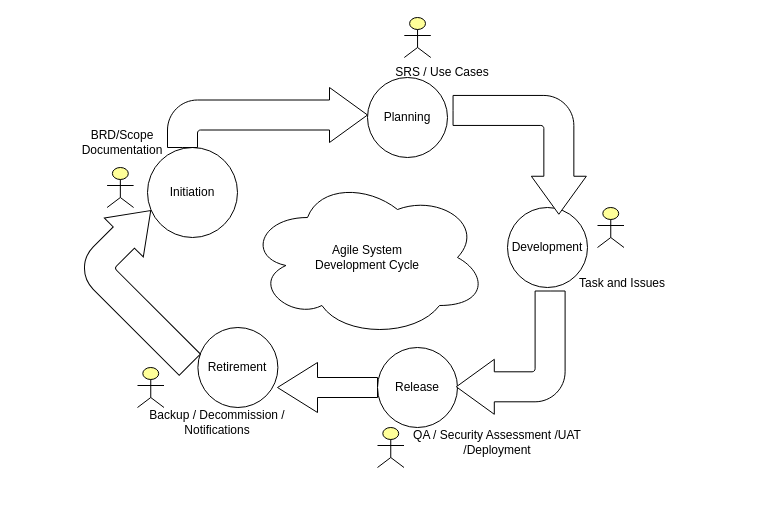
This is SDLC.drawio from Adityacs001/snippet, a draw.io file, before an edit. Source tidied: cells renumbered, new cells numbered last; positions are measured from the earlier drawing's top-left corner, leaving out a move shared by most shapes. Both pictures are drawn from the tidied source at 100%, with x=0, y=0 at pixel (57, 17).
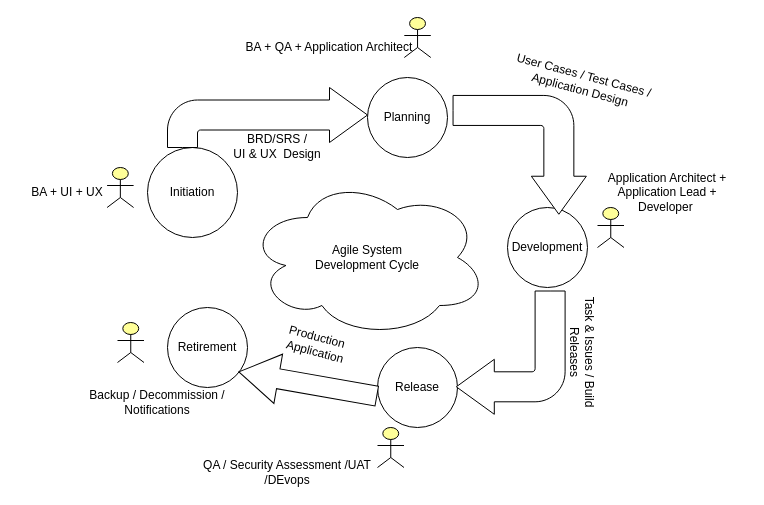
The same page after the edit.

Diff of the diagram source:
```diff
@@
     <mxCell id="7" value="Retirement" style="ellipse;whiteSpace=wrap;html=1;" parent="1" vertex="1">
-      <mxGeometry x="140.4" y="310" width="80" height="80" as="geometry" />
+      <mxGeometry x="110" y="290" width="80" height="80" as="geometry" />
     </mxCell>
+    <mxCell id="9" value="User Cases / Test Cases / Application Design" style="text;html=1;strokeColor=none;fillColor=none;align=center;verticalAlign=middle;whiteSpace=wrap;rounded=0;rotation=15;" parent="1" vertex="1">
+      <mxGeometry x="430" y="50" width="190" height="30" as="geometry" />
+    </mxCell>
-    <mxCell id="8" value="BRD/Scope Documentation" style="text;html=1;strokeColor=none;fillColor=none;align=center;verticalAlign=middle;whiteSpace=wrap;rounded=0;" parent="1" vertex="1">
-      <mxGeometry y="110" width="130" height="30" as="geometry" />
+    <mxCell id="8" value="BRD/SRS / &lt;br&gt;UI &amp;amp; UX&amp;nbsp; Design" style="text;html=1;strokeColor=none;fillColor=none;align=center;verticalAlign=middle;whiteSpace=wrap;rounded=0;" parent="1" vertex="1">
+      <mxGeometry x="155" y="114" width="130" height="30" as="geometry" />
     </mxCell>
-    <mxCell id="9" value="SRS / Use Cases" style="text;html=1;strokeColor=none;fillColor=none;align=center;verticalAlign=middle;whiteSpace=wrap;rounded=0;" parent="1" vertex="1">
-      <mxGeometry x="320" y="40" width="130" height="30" as="geometry" />
-    </mxCell>
-    <mxCell id="10" value="Task and Issues" style="text;html=1;strokeColor=none;fillColor=none;align=center;verticalAlign=middle;whiteSpace=wrap;rounded=0;" parent="1" vertex="1">
-      <mxGeometry x="500" y="250.7" width="130" height="30" as="geometry" />
-    </mxCell>
-    <mxCell id="11" value="QA / Security Assessment /UAT /Deployment" style="text;html=1;strokeColor=none;fillColor=none;align=center;verticalAlign=middle;whiteSpace=wrap;rounded=0;" parent="1" vertex="1">
-      <mxGeometry x="340" y="410" width="200" height="30" as="geometry" />
+    <mxCell id="11" value="QA / Security Assessment /UAT /DEvops" style="text;html=1;strokeColor=none;fillColor=none;align=center;verticalAlign=middle;whiteSpace=wrap;rounded=0;" parent="1" vertex="1">
+      <mxGeometry x="130" y="440" width="200" height="30" as="geometry" />
     </mxCell>
     <mxCell id="12" value="Backup / Decommission / Notifications" style="text;html=1;strokeColor=none;fillColor=none;align=center;verticalAlign=middle;whiteSpace=wrap;rounded=0;" parent="1" vertex="1">
-      <mxGeometry x="60" y="390" width="200" height="30" as="geometry" />
+      <mxGeometry y="370" width="200" height="30" as="geometry" />
     </mxCell>
@@
-    <mxCell id="16" style="html=1;shadow=0;dashed=0;align=center;verticalAlign=middle;shape=mxgraph.arrows2.bendArrow;dy=15;dx=38;notch=0;arrowHead=55;rounded=1;rotation=-45;" parent="1" vertex="1">
-      <mxGeometry x="49.6" y="183.7" width="96.3" height="164.1" as="geometry" />
-    </mxCell>
-    <mxCell id="17" style="html=1;shadow=0;dashed=0;align=center;verticalAlign=middle;shape=mxgraph.arrows2.arrow;dy=0.6;dx=40;flipH=1;notch=0;" parent="1" vertex="1">
-      <mxGeometry x="220" y="345" width="100" height="50" as="geometry" />
+    <mxCell id="17" style="html=1;shadow=0;dashed=0;align=center;verticalAlign=middle;shape=mxgraph.arrows2.arrow;dy=0.6;dx=40;flipH=1;notch=0;rotation=10;" parent="1" vertex="1">
+      <mxGeometry x="180.3" y="341.5" width="140" height="50" as="geometry" />
     </mxCell>
@@
     <mxCell id="22" style="html=1;whiteSpace=wrap;fillColor=#ffff99;verticalLabelPosition=bottom;verticalAlign=top;align=center;shape=mxgraph.archimate3.actor;" parent="1" vertex="1">
-      <mxGeometry x="80" y="350" width="26.5" height="40" as="geometry" />
+      <mxGeometry x="60" y="305" width="26.5" height="40" as="geometry" />
     </mxCell>
+    <mxCell id="23" value="BA + UI + UX" style="text;html=1;strokeColor=none;fillColor=none;align=center;verticalAlign=middle;whiteSpace=wrap;rounded=0;" parent="1" vertex="1">
+      <mxGeometry x="-40" y="160" width="100" height="30" as="geometry" />
+    </mxCell>
+    <mxCell id="24" value="Application Architect + Application Lead + Developer&amp;nbsp;" style="text;html=1;strokeColor=none;fillColor=none;align=center;verticalAlign=middle;whiteSpace=wrap;rounded=0;" parent="1" vertex="1">
+      <mxGeometry x="530" y="160" width="160" height="30" as="geometry" />
+    </mxCell>
+    <mxCell id="25" value="Task &amp;amp; Issues / Build Releases" style="text;html=1;strokeColor=none;fillColor=none;align=center;verticalAlign=middle;whiteSpace=wrap;rounded=0;rotation=90;" parent="1" vertex="1">
+      <mxGeometry x="455" y="320" width="140" height="30" as="geometry" />
+    </mxCell>
+    <mxCell id="26" value="Production&amp;nbsp; Application" style="text;html=1;strokeColor=none;fillColor=none;align=center;verticalAlign=middle;whiteSpace=wrap;rounded=0;rotation=15;" parent="1" vertex="1">
+      <mxGeometry x="200.3" y="311.5" width="120" height="30" as="geometry" />
+    </mxCell>
+    <mxCell id="27" value="BA + QA + Application Architect" style="text;html=1;strokeColor=none;fillColor=none;align=center;verticalAlign=middle;whiteSpace=wrap;rounded=0;" parent="1" vertex="1">
+      <mxGeometry x="186.5" y="15" width="170" height="30" as="geometry" />
+    </mxCell>
```
